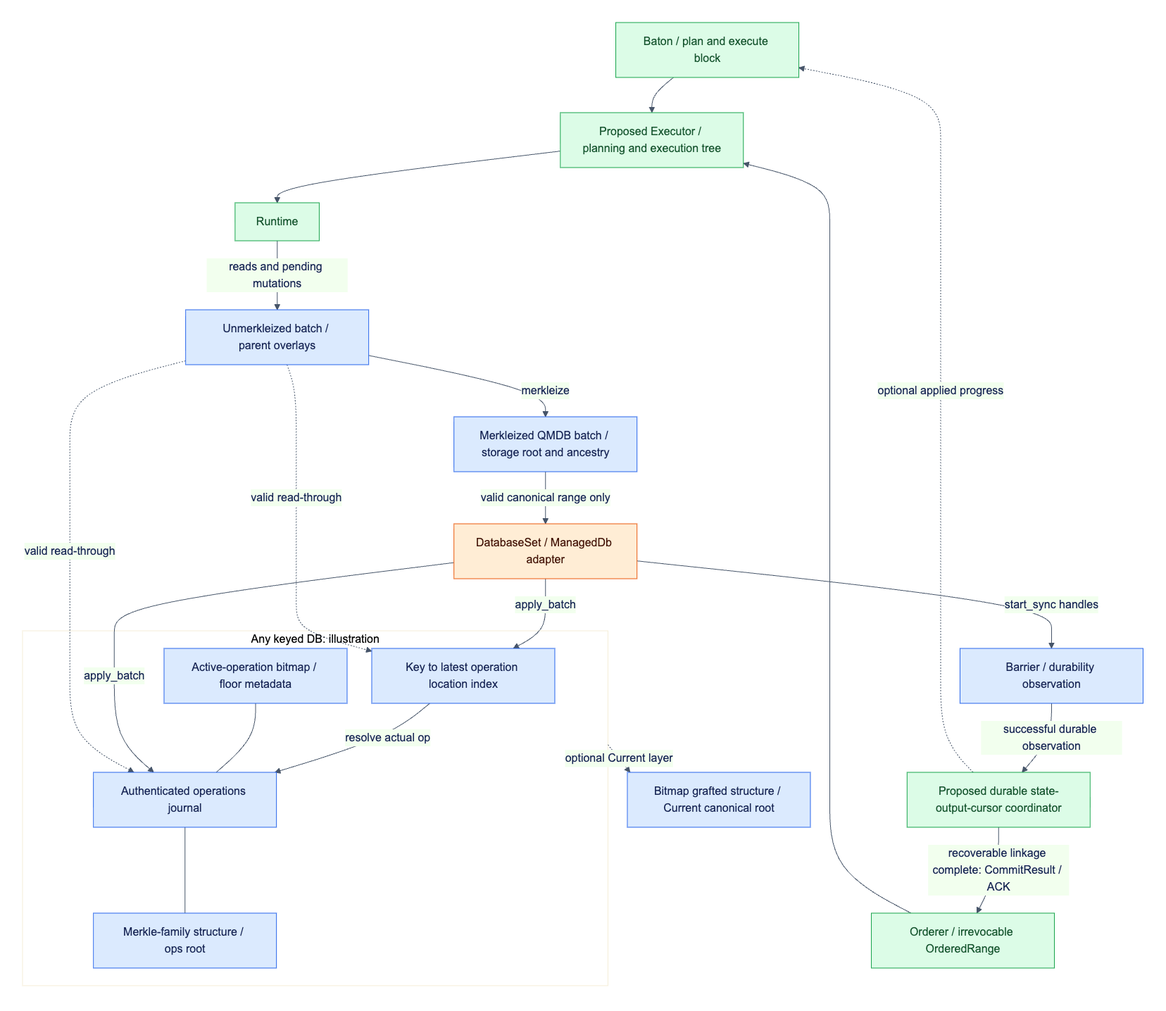
This is docs/assets/diagrams/diagram-17.png from djm07073/baton-research, a Mermaid export, as it was before one commit. Its source is kept beside it as docs/assets/diagrams/diagram-17.mmd.
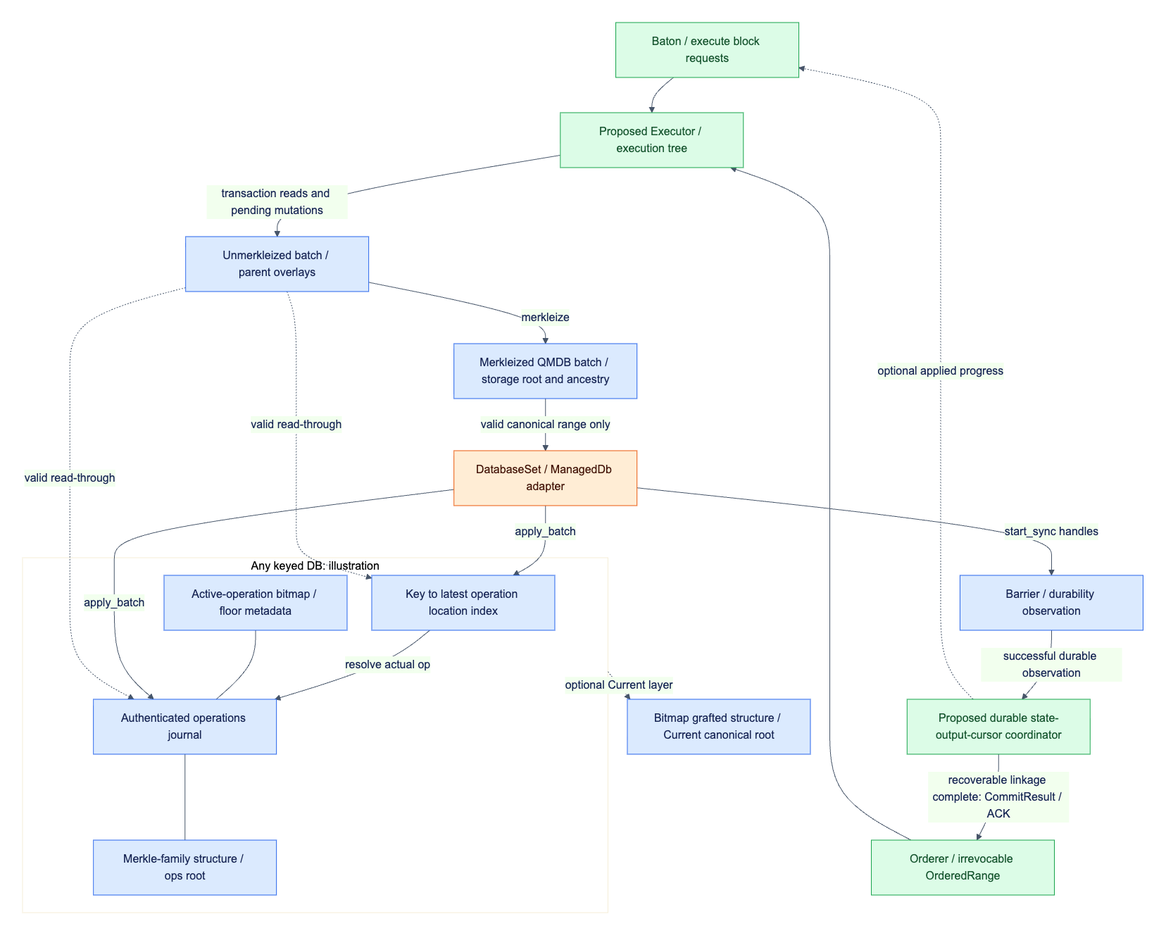
The same diagram one commit later.

Change to the diagram source:
```diff
@@ -1,8 +1,7 @@
 flowchart TB
-    B[Baton / plan and execute block] --> O[Proposed Executor / planning and execution tree]
+    B[Baton / execute block requests] --> O[Proposed Executor / execution tree]
     ORDER[Orderer / irrevocable OrderedRange] --> O
-    O --> R[Runtime]
-    R -->|reads and pending mutations| U[Unmerkleized batch / parent overlays]
+    O -->|transaction reads and pending mutations| U[Unmerkleized batch / parent overlays]
     U -->|merkleize| K[Merkleized QMDB batch / storage root and ancestry]
     K -->|valid canonical range only| D[DatabaseSet / ManagedDb adapter]
     subgraph Q[Any keyed DB: illustration]
@@ -28,4 +27,4 @@
     classDef fresh fill:#dcfce7,stroke:#16a34a,color:#14532d;
     class U,K,I,L,M,A,C,F reuse;
     class D adapt;
-    class B,ORDER,O,R,J fresh;
+    class B,ORDER,O,J fresh;
```
